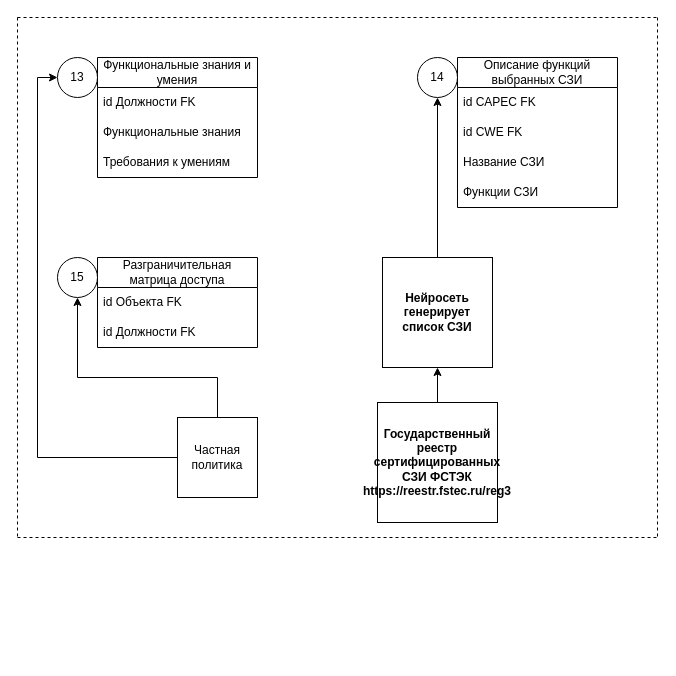
Above: (Обновленная схема ОПЗ) Частные инструкции.drawio in SmirnovBogdan8/Diplom (draw.io), before the change. Source tidied: cells renumbered, new cells numbered last; positions are measured from the earlier drawing's top-left corner, leaving out a move shared by most shapes. Both pictures are drawn from the tidied source at 100%, with x=0, y=0 at pixel (17, 17).
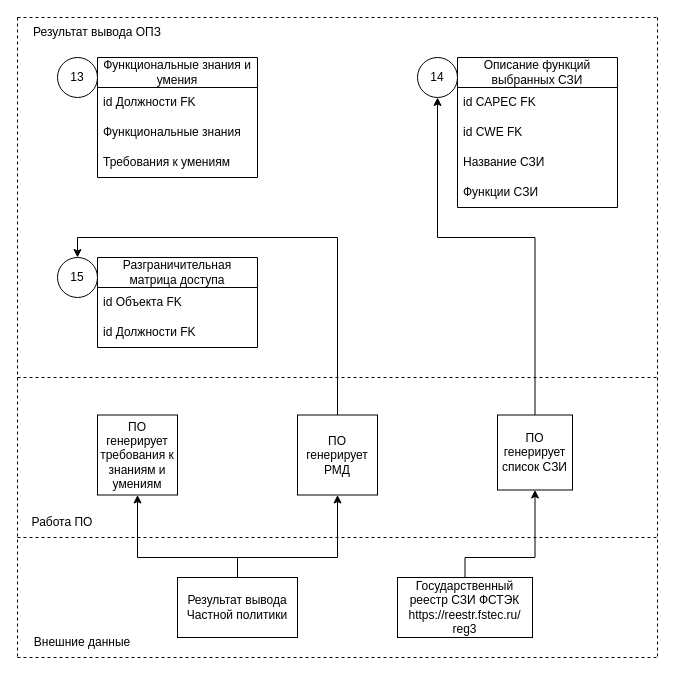
The same page after the edit.

The change refers to these unchanged cells:
```xml
<mxCell id="22" value="13" style="ellipse;whiteSpace=wrap;html=1;" parent="1" vertex="1">
  <mxGeometry x="40" y="40" width="40" height="40" as="geometry" />
</mxCell>
<mxCell id="23" value="14" style="ellipse;whiteSpace=wrap;html=1;" parent="1" vertex="1">
  <mxGeometry x="400" y="40" width="40" height="40" as="geometry" />
</mxCell>
<mxCell id="24" value="15" style="ellipse;whiteSpace=wrap;html=1;" parent="1" vertex="1">
  <mxGeometry x="40" y="240" width="40" height="40" as="geometry" />
</mxCell>
```

Change to the diagram source:
```diff
@@
     <mxCell id="4" style="endArrow=none;dashed=1;html=1;rounded=0;" parent="1" edge="1">
       <mxGeometry relative="1" as="geometry">
         <mxPoint as="sourcePoint" />
-        <mxPoint y="520" as="targetPoint" />
+        <mxPoint y="640" as="targetPoint" />
       </mxGeometry>
     </mxCell>
     <mxCell id="5" style="endArrow=none;dashed=1;html=1;rounded=0;" parent="1" edge="1">
       <mxGeometry relative="1" as="geometry">
         <mxPoint x="640" as="sourcePoint" />
-        <mxPoint x="640" y="520" as="targetPoint" />
+        <mxPoint x="640" y="640" as="targetPoint" />
       </mxGeometry>
     </mxCell>
@@
-    <mxCell id="18" style="edgeStyle=orthogonalEdgeStyle;rounded=0;jettySize=auto;html=1;" parent="1" edge="1" source="19" target="21">
-      <mxGeometry relative="1" as="geometry" />
-    </mxCell>
-    <mxCell id="19" value="&lt;b&gt;Государственный реестр сертифицированных СЗИ ФСТЭК&lt;/b&gt;&lt;br&gt;&lt;b&gt;https://reestr.fstec.ru/reg3&lt;/b&gt;" style="whiteSpace=wrap;html=1;" parent="1" vertex="1">
-      <mxGeometry x="360" y="385" width="120" height="120" as="geometry" />
-    </mxCell>
-    <mxCell id="20" style="edgeStyle=orthogonalEdgeStyle;rounded=0;jettySize=auto;html=1;entryX=0.5;entryY=1;entryDx=0;entryDy=0;" parent="1" edge="1" source="21" target="23">
-      <mxGeometry relative="1" as="geometry" />
+    <mxCell id="20" style="edgeStyle=orthogonalEdgeStyle;rounded=0;jettySize=auto;html=1;exitX=0.5;exitY=0;exitDx=0;exitDy=0;entryX=0.5;entryY=1;entryDx=0;entryDy=0;" parent="1" edge="1" source="21" target="23">
+      <mxGeometry relative="1" as="geometry">
+        <Array as="points">
+          <mxPoint x="518" y="220" />
+          <mxPoint x="420" y="220" />
+        </Array>
+      </mxGeometry>
     </mxCell>
-    <mxCell id="21" value="&lt;b&gt;Нейросеть генерирует список СЗИ&lt;/b&gt;" style="whiteSpace=wrap;html=1;" parent="1" vertex="1">
-      <mxGeometry x="365" y="240" width="110" height="110" as="geometry" />
+    <mxCell id="21" value="ПО генерирует список СЗИ" style="whiteSpace=wrap;html=1;" parent="1" vertex="1">
+      <mxGeometry x="480" y="397.5" width="75" height="75" as="geometry" />
     </mxCell>
@@
-    <mxCell id="25" style="edgeStyle=orthogonalEdgeStyle;rounded=0;jettySize=auto;html=1;exitX=0.5;exitY=0;exitDx=0;exitDy=0;entryX=0.5;entryY=1;entryDx=0;entryDy=0;" parent="1" edge="1" source="27" target="24">
-      <mxGeometry relative="1" as="geometry">
-        <Array as="points">
-          <mxPoint x="200" y="360" />
-          <mxPoint x="60" y="360" />
-        </Array>
-      </mxGeometry>
+    <mxCell id="25" style="edgeStyle=orthogonalEdgeStyle;rounded=0;jettySize=auto;html=1;exitX=0.5;exitY=0;exitDx=0;exitDy=0;entryX=0.5;entryY=0;entryDx=0;entryDy=0;" parent="1" edge="1" source="27" target="24">
+      <mxGeometry relative="1" as="geometry" />
     </mxCell>
-    <mxCell id="26" style="edgeStyle=orthogonalEdgeStyle;rounded=0;jettySize=auto;html=1;exitX=0;exitY=0.5;exitDx=0;exitDy=0;entryX=0;entryY=0.5;entryDx=0;entryDy=0;" parent="1" edge="1" source="27" target="22">
-      <mxGeometry relative="1" as="geometry">
-        <Array as="points">
-          <mxPoint x="20" y="440" />
-          <mxPoint x="20" y="60" />
-        </Array>
-      </mxGeometry>
-    </mxCell>
-    <mxCell id="27" value="Частная политика" style="whiteSpace=wrap;html=1;" parent="1" vertex="1">
-      <mxGeometry x="160" y="400" width="80" height="80" as="geometry" />
+    <mxCell id="27" value="ПО генерирует РМД" style="whiteSpace=wrap;html=1;" parent="1" vertex="1">
+      <mxGeometry x="280" y="397.5" width="80" height="80" as="geometry" />
     </mxCell>
+    <mxCell id="28" style="edgeStyle=orthogonalEdgeStyle;rounded=0;jettySize=auto;html=1;exitX=0.5;exitY=0;exitDx=0;exitDy=0;entryX=0.5;entryY=1;entryDx=0;entryDy=0;" parent="1" edge="1" source="30" target="33">
+      <mxGeometry relative="1" as="geometry">
+        <Array as="points">
+          <mxPoint x="220" y="540" />
+          <mxPoint x="120" y="540" />
+        </Array>
+      </mxGeometry>
+    </mxCell>
+    <mxCell id="29" style="edgeStyle=orthogonalEdgeStyle;rounded=0;jettySize=auto;html=1;exitX=0.5;exitY=0;exitDx=0;exitDy=0;entryX=0.5;entryY=1;entryDx=0;entryDy=0;" parent="1" edge="1" source="30" target="27">
+      <mxGeometry relative="1" as="geometry">
+        <Array as="points">
+          <mxPoint x="220" y="540" />
+          <mxPoint x="320" y="540" />
+        </Array>
+      </mxGeometry>
+    </mxCell>
+    <mxCell id="30" value="Результат вывода Частной политики" style="rounded=0;whiteSpace=wrap;html=1;" parent="1" vertex="1">
+      <mxGeometry x="160" y="560" width="120" height="60" as="geometry" />
+    </mxCell>
+    <mxCell id="31" style="edgeStyle=orthogonalEdgeStyle;rounded=0;jettySize=auto;html=1;exitX=0.5;exitY=0;exitDx=0;exitDy=0;entryX=0.5;entryY=1;entryDx=0;entryDy=0;" parent="1" edge="1" source="32" target="21">
+      <mxGeometry relative="1" as="geometry">
+        <Array as="points">
+          <mxPoint x="448" y="540" />
+          <mxPoint x="518" y="540" />
+        </Array>
+      </mxGeometry>
+    </mxCell>
+    <mxCell id="32" value="Государственный реестр СЗИ ФСТЭК&lt;br&gt;https://reestr.&lt;span style=&quot;background-color: initial;&quot;&gt;fstec.ru/&lt;/span&gt;&lt;div&gt;&lt;span style=&quot;background-color: initial;&quot;&gt;reg3&lt;/span&gt;&lt;/div&gt;" style="rounded=0;whiteSpace=wrap;html=1;" parent="1" vertex="1">
+      <mxGeometry x="380" y="560" width="135" height="60" as="geometry" />
+    </mxCell>
+    <mxCell id="33" value="ПО генерирует требования к знаниям и умениям" style="whiteSpace=wrap;html=1;" parent="1" vertex="1">
+      <mxGeometry x="80" y="397.5" width="80" height="80" as="geometry" />
+    </mxCell>
+    <mxCell id="34" style="endArrow=none;dashed=1;html=1;rounded=0;" parent="1" edge="1">
+      <mxGeometry relative="1" as="geometry">
+        <mxPoint y="360" as="sourcePoint" />
+        <mxPoint x="640" y="360" as="targetPoint" />
+      </mxGeometry>
+    </mxCell>
+    <mxCell id="35" style="endArrow=none;dashed=1;html=1;rounded=0;" parent="1" edge="1">
+      <mxGeometry relative="1" as="geometry">
+        <mxPoint y="640" as="sourcePoint" />
+        <mxPoint x="640" y="640" as="targetPoint" />
+      </mxGeometry>
+    </mxCell>
+    <mxCell id="36" value="Результат вывода ОПЗ" style="text;html=1;align=center;verticalAlign=middle;whiteSpace=wrap;rounded=0;" parent="1" vertex="1">
+      <mxGeometry width="160" height="30" as="geometry" />
+    </mxCell>
+    <mxCell id="37" value="Работа ПО" style="text;html=1;align=center;verticalAlign=middle;whiteSpace=wrap;rounded=0;" parent="1" vertex="1">
+      <mxGeometry y="490" width="90" height="30" as="geometry" />
+    </mxCell>
+    <mxCell id="38" value="Внешние данные" style="text;html=1;align=center;verticalAlign=middle;whiteSpace=wrap;rounded=0;" parent="1" vertex="1">
+      <mxGeometry y="610" width="130" height="30" as="geometry" />
+    </mxCell>
```
